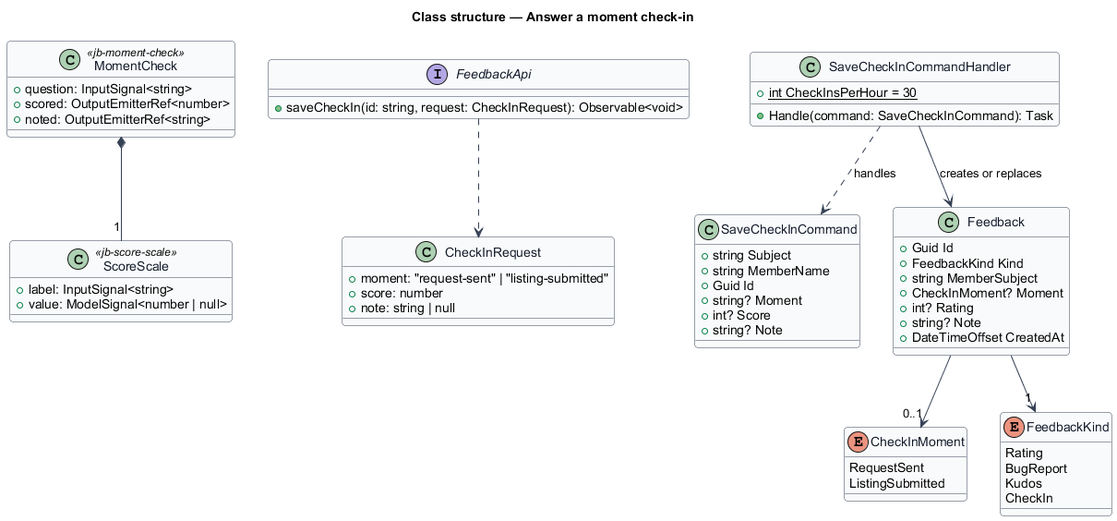
This is docs/detailed-designs/feedback/answer-moment-check-in/diagrams/class-structure.png from QuinntyneBrown/jubilee, a PlantUML export, as it was before one commit.
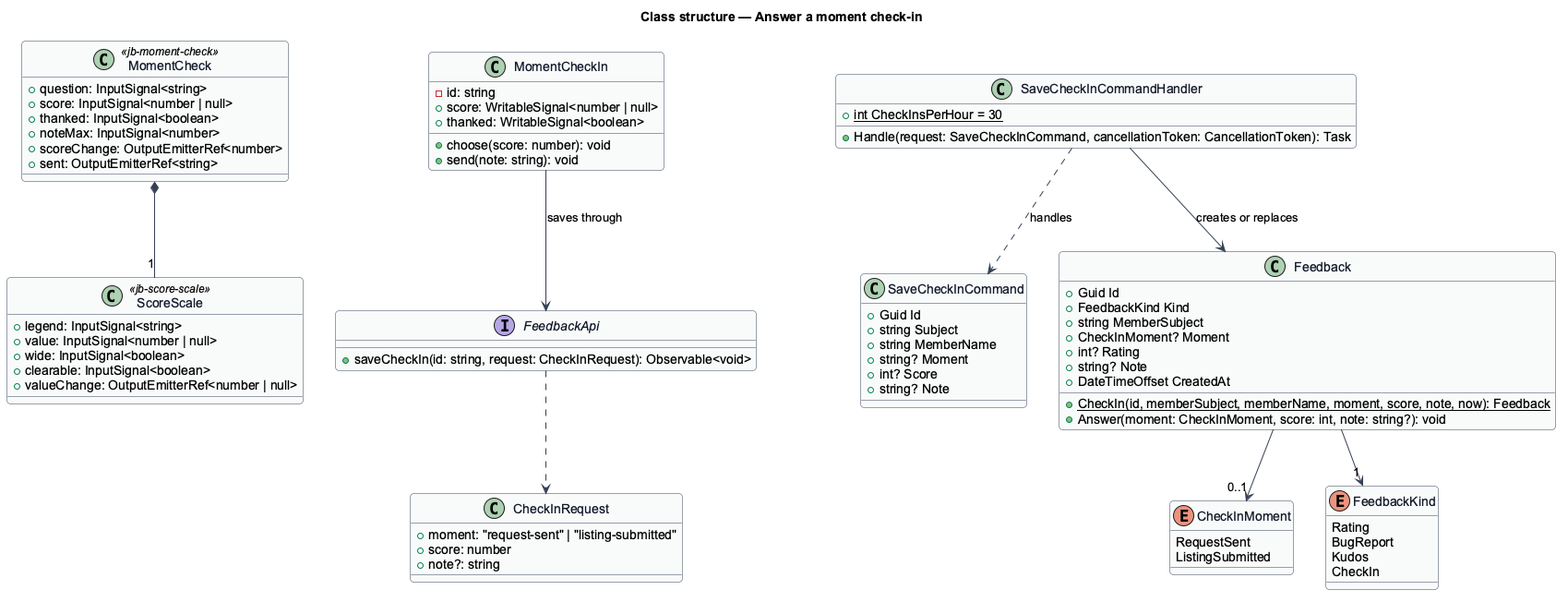
The same diagram one commit later.

What changed in the source:
```diff
@@ -13,13 +13,27 @@
 
 class MomentCheck <<jb-moment-check>> {
   +question: InputSignal<string>
-  +scored: OutputEmitterRef<number>
-  +noted: OutputEmitterRef<string>
+  +score: InputSignal<number | null>
+  +thanked: InputSignal<boolean>
+  +noteMax: InputSignal<number>
+  +scoreChange: OutputEmitterRef<number>
+  +sent: OutputEmitterRef<string>
 }
 
 class ScoreScale <<jb-score-scale>> {
-  +label: InputSignal<string>
-  +value: ModelSignal<number | null>
+  +legend: InputSignal<string>
+  +value: InputSignal<number | null>
+  +wide: InputSignal<boolean>
+  +clearable: InputSignal<boolean>
+  +valueChange: OutputEmitterRef<number | null>
+}
+
+class MomentCheckIn {
+  -id: string
+  +score: WritableSignal<number | null>
+  +thanked: WritableSignal<boolean>
+  +choose(score: number): void
+  +send(note: string): void
 }
 
 interface FeedbackApi {
@@ -29,13 +43,13 @@
 class CheckInRequest {
   +moment: "request-sent" | "listing-submitted"
   +score: number
-  +note: string | null
+  +note?: string
 }
 
 class SaveCheckInCommand {
+  +Guid Id
   +string Subject
   +string MemberName
-  +Guid Id
   +string? Moment
   +int? Score
   +string? Note
@@ -43,7 +57,7 @@
 
 class SaveCheckInCommandHandler {
   +{static} int CheckInsPerHour = 30
-  +Handle(command: SaveCheckInCommand): Task
+  +Handle(request: SaveCheckInCommand, cancellationToken: CancellationToken): Task
 }
 
 enum CheckInMoment {
@@ -66,9 +80,12 @@
   +int? Rating
   +string? Note
   +DateTimeOffset CreatedAt
+  +{static} CheckIn(id, memberSubject, memberName, moment, score, note, now): Feedback
+  +Answer(moment: CheckInMoment, score: int, note: string?): void
 }
 
 MomentCheck *-- "1" ScoreScale
+MomentCheckIn --> FeedbackApi : saves through
 FeedbackApi ..> CheckInRequest
 SaveCheckInCommandHandler ..> SaveCheckInCommand : handles
 SaveCheckInCommandHandler --> Feedback : creates or replaces
```
